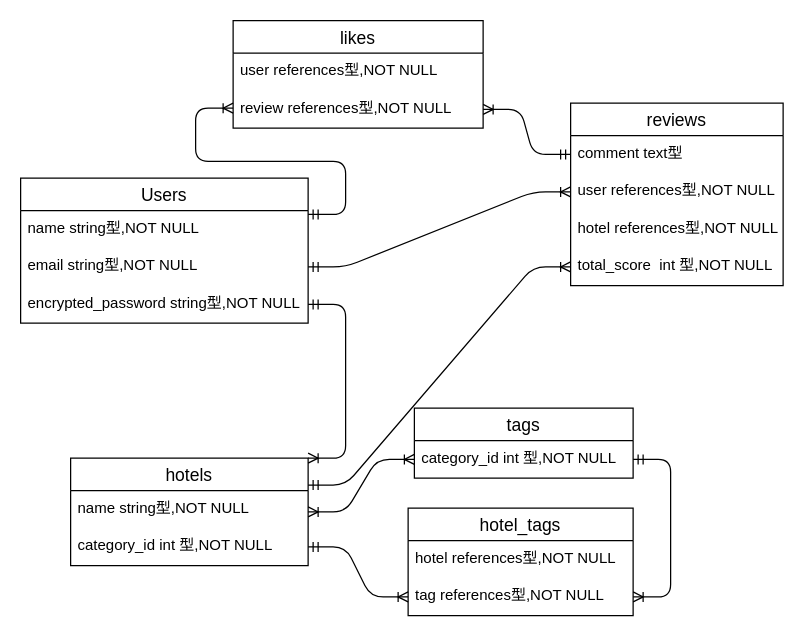
The draw.io diagram Relationship.dio in yasfu/accommodationreview, before the edit. Source tidied: cells renumbered, new cells numbered last; positions are measured from the earlier drawing's top-left corner, leaving out a move shared by most shapes. Both pictures are drawn from the tidied source at 125%, with x=0, y=0 at pixel (20, 20).
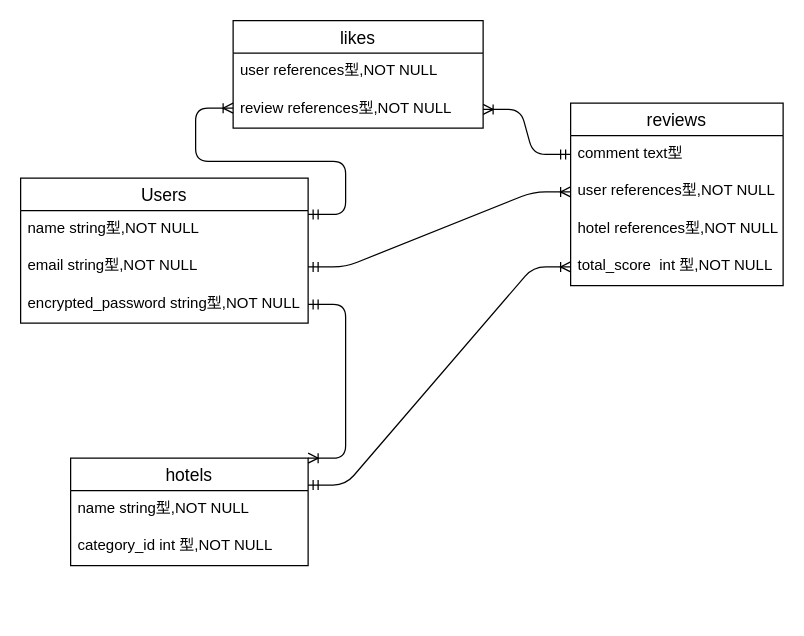
The same diagram, later.

Commit message (it also covers changes not shown here):
データベース設計の見直し

Unchanged cells that the change refers to:
```xml
<mxCell id="6" value="hotels" style="swimlane;fontStyle=0;horizontal=1;startSize=26;align=center;fontSize=14;" parent="1" vertex="1">
  <mxGeometry x="40" y="350" width="190" height="86" as="geometry" />
</mxCell>
<mxCell id="8" value="category_id int 型,NOT NULL" style="text;strokeColor=none;fillColor=none;spacingLeft=4;spacingRight=4;overflow=hidden;points=[[0,0.5],[1,0.5]];portConstraint=eastwest;fontSize=12;" parent="6" vertex="1">
  <mxGeometry y="56" width="190" height="30" as="geometry" />
</mxCell>
```

Change to the diagram source:
```diff
@@
-    <mxCell id="9" value="tags" style="swimlane;fontStyle=0;horizontal=1;startSize=26;align=center;fontSize=14;" parent="1" vertex="1">
-      <mxGeometry x="315" y="310" width="175" height="56" as="geometry" />
-    </mxCell>
-    <mxCell id="10" value="category_id int 型,NOT NULL" style="text;strokeColor=none;fillColor=none;spacingLeft=4;spacingRight=4;overflow=hidden;points=[[0,0.5],[1,0.5]];portConstraint=eastwest;fontSize=12;" parent="9" vertex="1">
-      <mxGeometry y="26" width="175" height="30" as="geometry" />
-    </mxCell>
@@
-    <mxCell id="16" style="edgeStyle=entityRelationEdgeStyle;fontSize=12;html=1;endArrow=ERoneToMany;startArrow=ERoneToMany;entryX=0;entryY=0.5;entryDx=0;entryDy=0;exitX=1;exitY=0.5;exitDx=0;exitDy=0;" parent="1" edge="1" source="6" target="10">
-      <mxGeometry relative="1" as="geometry" />
-    </mxCell>
-    <mxCell id="17" value="hotel_tags" style="swimlane;fontStyle=0;horizontal=1;startSize=26;align=center;fontSize=14;" parent="1" vertex="1">
-      <mxGeometry x="310" y="390" width="180" height="86" as="geometry" />
-    </mxCell>
-    <mxCell id="18" value="hotel references型,NOT NULL" style="text;strokeColor=none;fillColor=none;spacingLeft=4;spacingRight=4;overflow=hidden;fontSize=12;" parent="17" vertex="1">
-      <mxGeometry y="26" width="180" height="30" as="geometry" />
-    </mxCell>
-    <mxCell id="19" value="tag references型,NOT NULL" style="text;strokeColor=none;fillColor=none;spacingLeft=4;spacingRight=4;overflow=hidden;points=[[0,0.5],[1,0.5]];portConstraint=eastwest;fontSize=12;" parent="17" vertex="1">
-      <mxGeometry y="56" width="180" height="30" as="geometry" />
-    </mxCell>
@@
-    <mxCell id="22" style="edgeStyle=entityRelationEdgeStyle;fontSize=12;html=1;endArrow=ERoneToMany;startArrow=ERmandOne;entryX=0;entryY=0.5;entryDx=0;entryDy=0;exitX=1;exitY=0.5;exitDx=0;exitDy=0;" parent="1" edge="1" source="8" target="19">
-      <mxGeometry relative="1" as="geometry" />
-    </mxCell>
-    <mxCell id="23" style="edgeStyle=entityRelationEdgeStyle;fontSize=12;html=1;endArrow=ERoneToMany;startArrow=ERmandOne;exitX=1;exitY=0.5;exitDx=0;exitDy=0;" parent="1" edge="1" source="10" target="19">
-      <mxGeometry relative="1" as="geometry" />
-    </mxCell>
```
